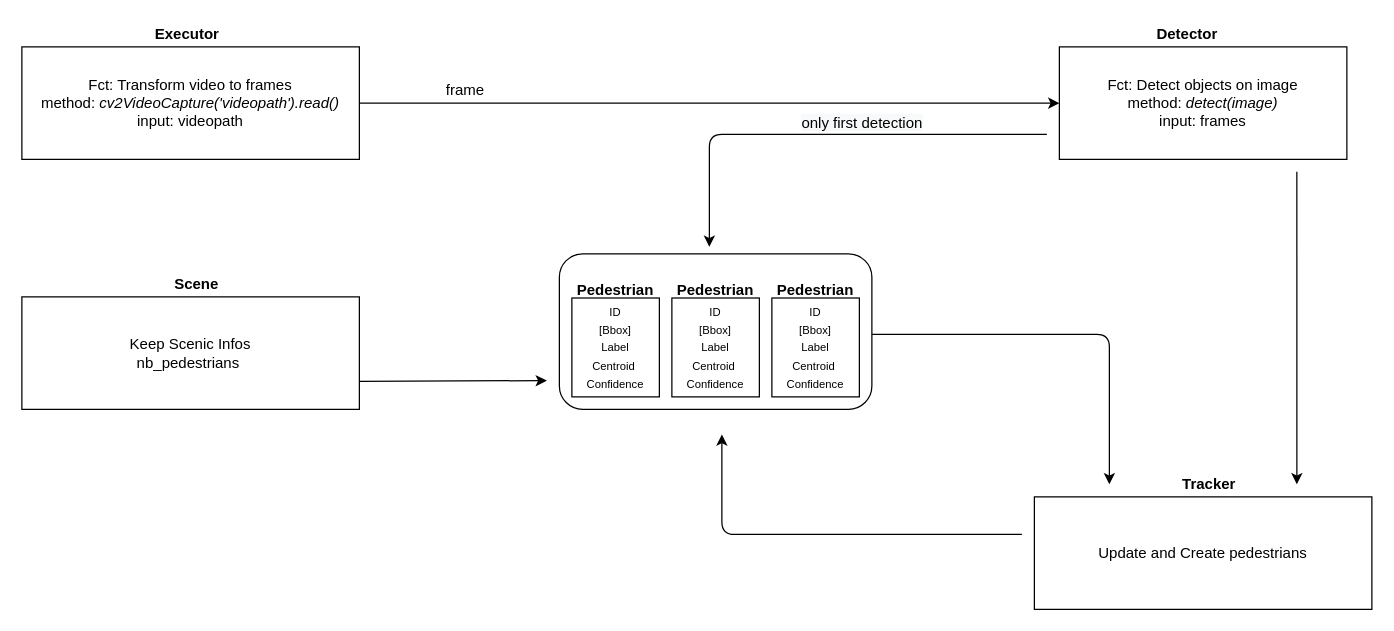
IsmaelMekene/meteor-realtime-object-tracking keeps this draw.io diagram as Untitled Diagram.drawio. Above is the earlier version. Source tidied: cells renumbered, new cells numbered last; positions are measured from the earlier drawing's top-left corner, leaving out a move shared by most shapes. Both pictures are drawn from the tidied source at 125%, with x=0, y=0 at pixel (21, 21).
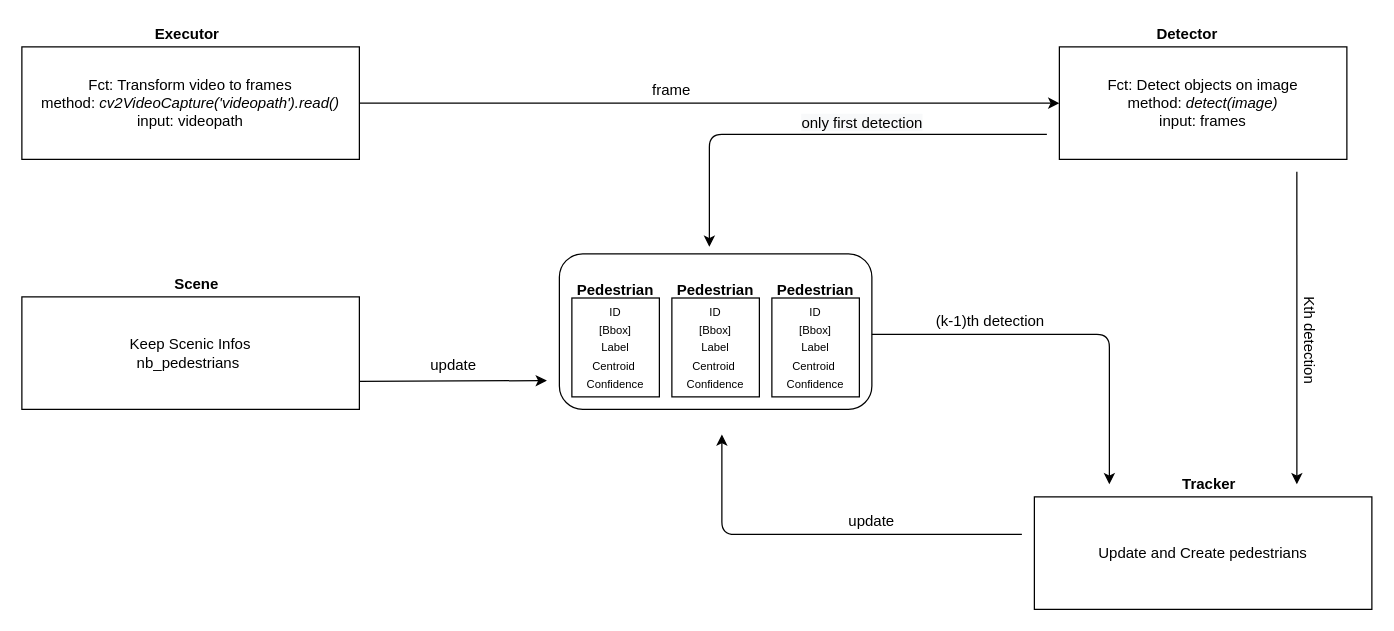
After the change.

The edit, as a diff of the source:
```diff
@@
     <mxCell id="9" value="frame" style="text;html=1;strokeColor=none;fillColor=none;align=center;verticalAlign=middle;whiteSpace=wrap;rounded=0;" parent="1" vertex="1">
-      <mxGeometry x="335" y="45" width="40" height="20" as="geometry" />
+      <mxGeometry x="500" y="45" width="40" height="20" as="geometry" />
     </mxCell>
@@
+    <mxCell id="32" value="(k-1)th detection" style="text;html=1;strokeColor=none;fillColor=none;align=center;verticalAlign=middle;whiteSpace=wrap;rounded=0;" parent="1" vertex="1">
+      <mxGeometry x="720" y="230" width="110" height="20" as="geometry" />
+    </mxCell>
+    <mxCell id="33" value="Kth detection&lt;br&gt;" style="text;html=1;strokeColor=none;fillColor=none;align=center;verticalAlign=middle;whiteSpace=wrap;rounded=0;rotation=90;" parent="1" vertex="1">
+      <mxGeometry x="985" y="245" width="90" height="20" as="geometry" />
+    </mxCell>
+    <mxCell id="34" value="update" style="text;html=1;strokeColor=none;fillColor=none;align=center;verticalAlign=middle;whiteSpace=wrap;rounded=0;" parent="1" vertex="1">
+      <mxGeometry x="660" y="390" width="40" height="20" as="geometry" />
+    </mxCell>
+    <mxCell id="35" value="update" style="text;html=1;align=center;verticalAlign=middle;" parent="1" vertex="1">
+      <mxGeometry x="320" y="265" width="50" height="20" as="geometry" />
+    </mxCell>
```
